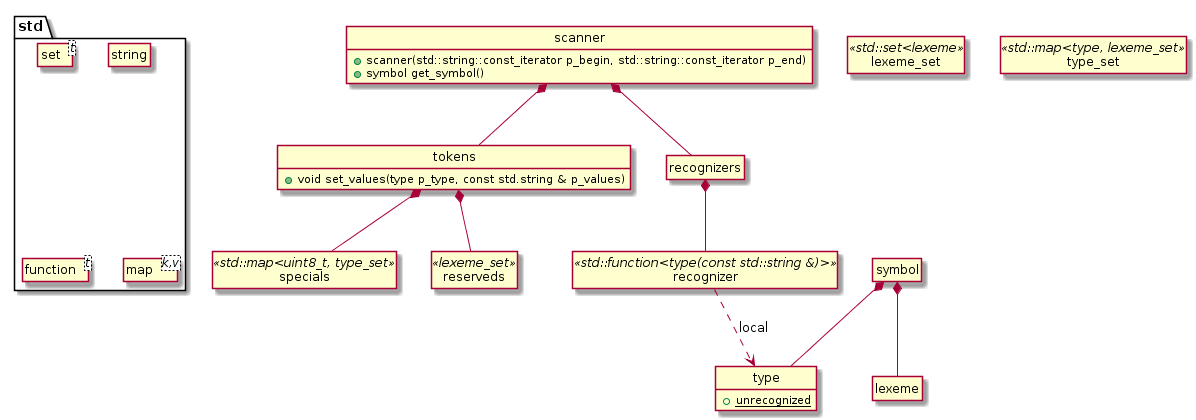
This is code/interpreter/document/classes.png from rodrigocanellas/tenacitas, a PlantUML export, as it was before one commit.
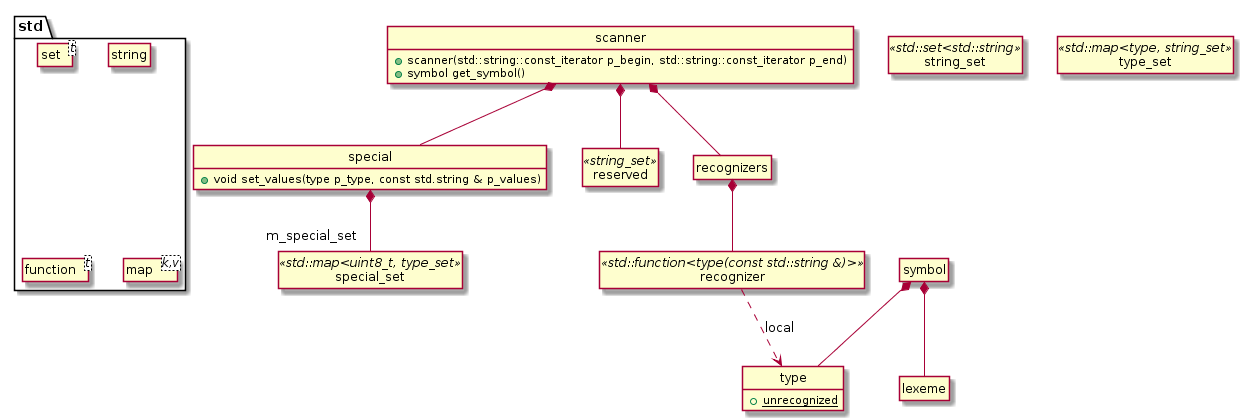
After the commit.

Change to the diagram source:
```diff
@@ -18,34 +18,37 @@
 class symbol
 class lexeme
 
-class tokens {
+class special {
     + void set_values(type p_type, const std.string & p_values)
 }
+
 class type {
     + {static} unrecognized
 }
 
-class lexeme_set <<std::set<lexeme>>
-class type_set <<std::map<type, lexeme_set>>>
-class specials <<std::map<uint8_t, type_set>>>
-class reserveds <<lexeme_set>>
+class string_set <<std::set<std::string>>
+class type_set <<std::map<type, string_set>>>
+class special_set <<std::map<uint8_t, type_set>>>
+
+class reserved <<string_set>>
 
 class recognizers
 class recognizer <<std::function<type(const std::string &)> >>
+
+
 
 recognizers *-- recognizer
 
 recognizer ..> type : local
 
-tokens *-- specials
-tokens *-- reserveds
-
 symbol *-- lexeme
 symbol *-- type
 
-scanner *-- tokens
+scanner *-- special
+scanner *-- reserved
 scanner *-- recognizers
 
+special *-- "m_special_set" special_set
 
 
 @enduml
```
